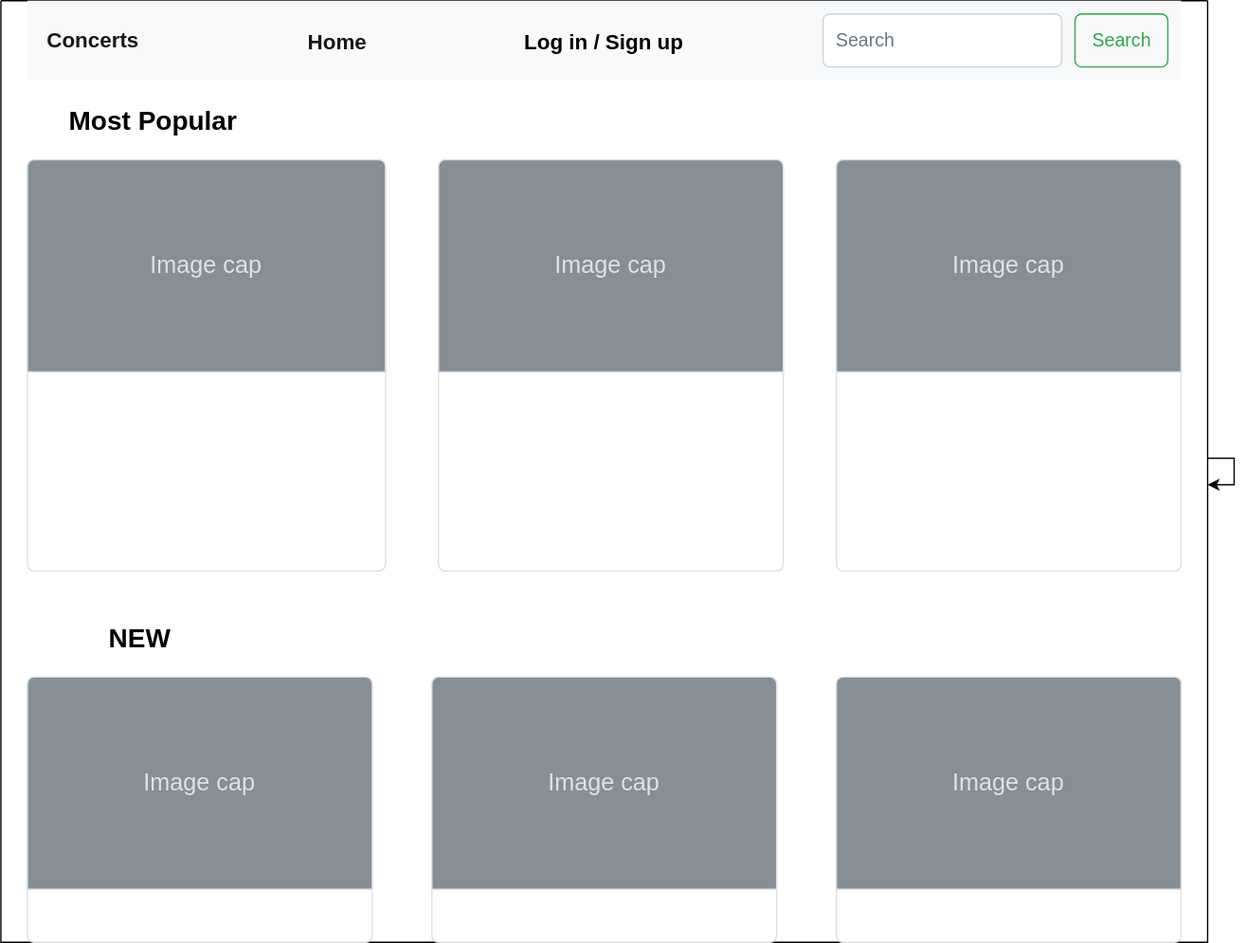
Before: .drawio.svg, a diagram exported from draw.io (Nostiia/Team5). Source tidied: cells renumbered, new cells last; positions are measured from the earlier drawing's top-left corner, leaving out a move shared by most shapes.
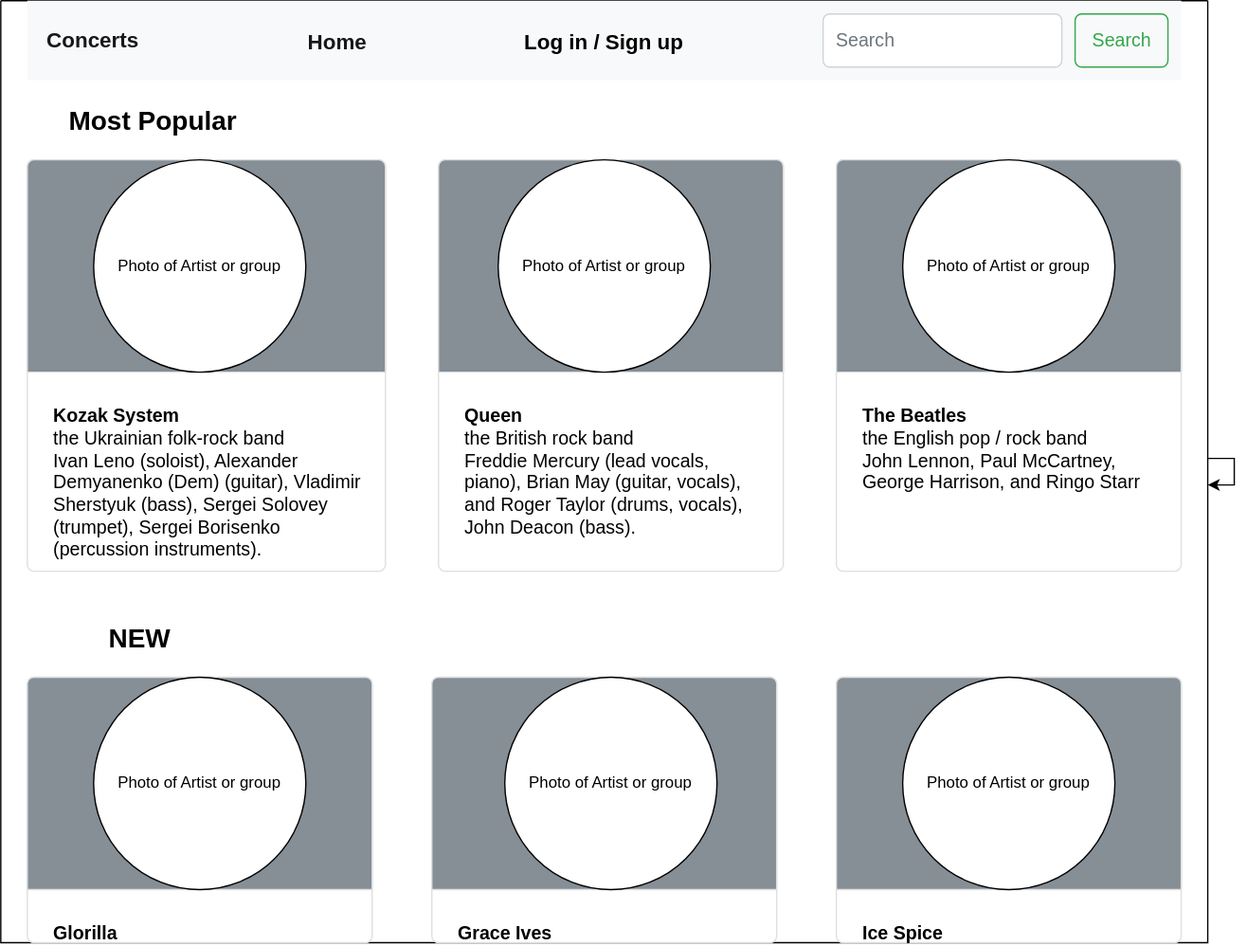
After the commit.

Change to the diagram source:
```diff
@@ -5,26 +5,35 @@
     <mxCell id="2" style="swimlane;startSize=0;" parent="1" vertex="1">
       <mxGeometry width="910" height="710" as="geometry" />
     </mxCell>
-    <mxCell id="3" style="html=1;shadow=0;dashed=0;shape=mxgraph.bootstrap.rrect;rSize=5;strokeColor=#DFDFDF;html=1;whiteSpace=wrap;fillColor=#ffffff;fontColor=#000000;verticalAlign=top;align=left;spacing=20;spacingBottom=0;fontSize=14;spacingTop=160;" parent="2" vertex="1">
+    <mxCell id="3" value="&lt;b&gt;Queen&lt;br&gt;&lt;/b&gt;the British&amp;nbsp;&lt;a style=&quot;text-decoration-line: none; background: none rgb(255, 255, 255); overflow-wrap: break-word; font-family: sans-serif;&quot; title=&quot;Rock music&quot; href=&quot;https://en.wikipedia.org/wiki/Rock_music&quot;&gt;&lt;font color=&quot;#030303&quot;&gt;rock&lt;/font&gt;&lt;/a&gt;&amp;nbsp;band&lt;br&gt;&lt;font color=&quot;#030303&quot;&gt;&lt;a style=&quot;text-decoration-line: none; background: none rgb(255, 255, 255); overflow-wrap: break-word; font-family: sans-serif;&quot; title=&quot;Freddie Mercury&quot; href=&quot;https://en.wikipedia.org/wiki/Freddie_Mercury&quot;&gt;&lt;font color=&quot;#030303&quot;&gt;Freddie Mercury&lt;/font&gt;&lt;/a&gt;&lt;span style=&quot;font-family: sans-serif; background-color: rgb(255, 255, 255);&quot;&gt;&amp;nbsp;(lead vocals, piano),&amp;nbsp;&lt;/span&gt;&lt;a style=&quot;text-decoration-line: none; background: none rgb(255, 255, 255); overflow-wrap: break-word; font-family: sans-serif;&quot; title=&quot;Brian May&quot; href=&quot;https://en.wikipedia.org/wiki/Brian_May&quot;&gt;&lt;font color=&quot;#030303&quot;&gt;Brian May&lt;/font&gt;&lt;/a&gt;&lt;span style=&quot;font-family: sans-serif; background-color: rgb(255, 255, 255);&quot;&gt;&amp;nbsp;(guitar, vocals), and&amp;nbsp;&lt;/span&gt;&lt;a style=&quot;text-decoration-line: none; background: none rgb(255, 255, 255); overflow-wrap: break-word; font-family: sans-serif;&quot; title=&quot;Roger Taylor (Queen drummer)&quot; href=&quot;https://en.wikipedia.org/wiki/Roger_Taylor_(Queen_drummer)&quot;&gt;&lt;font color=&quot;#030303&quot;&gt;Roger Taylor&lt;/font&gt;&lt;/a&gt;&lt;span style=&quot;font-family: sans-serif; background-color: rgb(255, 255, 255);&quot;&gt;&amp;nbsp;(drums, vocals), &lt;/span&gt;&lt;a style=&quot;text-decoration-line: none; background: none rgb(255, 255, 255); overflow-wrap: break-word; font-family: sans-serif;&quot; title=&quot;John Deacon&quot; href=&quot;https://en.wikipedia.org/wiki/John_Deacon&quot;&gt;&lt;font color=&quot;#030303&quot;&gt;John Deacon&lt;/font&gt;&lt;/a&gt;&lt;span style=&quot;font-family: sans-serif; background-color: rgb(255, 255, 255);&quot;&gt;&amp;nbsp;(bass).&lt;/span&gt;&lt;span style=&quot;font-family: sans-serif; background-color: rgb(255, 255, 255);&quot;&gt;&amp;nbsp;&amp;nbsp;&lt;/span&gt;&lt;/font&gt;&lt;b&gt;&lt;br&gt;&lt;/b&gt;" style="html=1;shadow=0;dashed=0;shape=mxgraph.bootstrap.rrect;rSize=5;strokeColor=#DFDFDF;html=1;whiteSpace=wrap;fillColor=#ffffff;fontColor=#000000;verticalAlign=top;align=left;spacing=20;spacingBottom=0;fontSize=14;spacingTop=160;" parent="2" vertex="1">
       <mxGeometry x="330" y="120" width="260" height="310" as="geometry" />
     </mxCell>
     <mxCell id="4" value="Image cap" style="html=1;shadow=0;dashed=0;shape=mxgraph.bootstrap.topButton;rSize=5;perimeter=none;whiteSpace=wrap;fillColor=#868E96;strokeColor=#DFDFDF;fontColor=#DEE2E6;fontSize=18;" parent="3" vertex="1">
       <mxGeometry width="260" height="160" relative="1" as="geometry" />
     </mxCell>
+    <mxCell id="23" value="Photo of Artist or group" style="ellipse;whiteSpace=wrap;html=1;" parent="3" vertex="1">
+      <mxGeometry x="45" width="160" height="160" as="geometry" />
+    </mxCell>
-    <mxCell id="5" style="html=1;shadow=0;dashed=0;shape=mxgraph.bootstrap.rrect;rSize=5;strokeColor=#DFDFDF;html=1;whiteSpace=wrap;fillColor=#ffffff;fontColor=#000000;verticalAlign=top;align=left;spacing=20;spacingBottom=0;fontSize=14;spacingTop=160;" parent="2" vertex="1">
+    <mxCell id="5" value="&lt;b&gt;Kozak System&lt;br&gt;&lt;/b&gt;the Ukrainian folk-rock band&lt;br&gt;Ivan Leno (soloist), Alexander Demyanenko (Dem) (guitar), Vladimir Sherstyuk (bass), Sergei Solovey (trumpet), Sergei Borisenko (percussion instruments).&lt;br&gt;&lt;b&gt;&lt;br&gt;&lt;/b&gt;" style="html=1;shadow=0;dashed=0;shape=mxgraph.bootstrap.rrect;rSize=5;strokeColor=#DFDFDF;html=1;whiteSpace=wrap;fillColor=#ffffff;fontColor=#000000;verticalAlign=top;align=left;spacing=20;spacingBottom=0;fontSize=14;spacingTop=160;" parent="2" vertex="1">
       <mxGeometry width="270" height="310" relative="1" as="geometry">
         <mxPoint x="20" y="120" as="offset" />
       </mxGeometry>
     </mxCell>
-    <mxCell id="6" value="Image cap" style="html=1;shadow=0;dashed=0;shape=mxgraph.bootstrap.topButton;rSize=5;perimeter=none;whiteSpace=wrap;fillColor=#868E96;strokeColor=#DFDFDF;fontColor=#DEE2E6;fontSize=18;" parent="5" vertex="1">
+    <mxCell id="6" style="html=1;shadow=0;dashed=0;shape=mxgraph.bootstrap.topButton;rSize=5;perimeter=none;whiteSpace=wrap;fillColor=#868E96;strokeColor=#DFDFDF;fontColor=#DEE2E6;fontSize=18;" parent="5" vertex="1">
       <mxGeometry width="270" height="160" relative="1" as="geometry" />
     </mxCell>
+    <mxCell id="24" value="Photo of Artist or group" style="ellipse;whiteSpace=wrap;html=1;" parent="5" vertex="1">
+      <mxGeometry x="50" width="160" height="160" as="geometry" />
+    </mxCell>
-    <mxCell id="7" style="html=1;shadow=0;dashed=0;shape=mxgraph.bootstrap.rrect;rSize=5;strokeColor=#DFDFDF;html=1;whiteSpace=wrap;fillColor=#ffffff;fontColor=#000000;verticalAlign=top;align=left;spacing=20;spacingBottom=0;fontSize=14;spacingTop=160;" parent="2" vertex="1">
+    <mxCell id="7" value="&lt;b&gt;The Beatles&lt;br&gt;&lt;/b&gt;the English pop / rock band&lt;br&gt;John Lennon, Paul McCartney, George Harrison, and Ringo Starr&lt;b&gt;&lt;br&gt;&lt;/b&gt;" style="html=1;shadow=0;dashed=0;shape=mxgraph.bootstrap.rrect;rSize=5;strokeColor=#DFDFDF;html=1;whiteSpace=wrap;fillColor=#ffffff;fontColor=#000000;verticalAlign=top;align=left;spacing=20;spacingBottom=0;fontSize=14;spacingTop=160;" parent="2" vertex="1">
       <mxGeometry x="630" y="120" width="260" height="310" as="geometry" />
     </mxCell>
     <mxCell id="8" value="Image cap" style="html=1;shadow=0;dashed=0;shape=mxgraph.bootstrap.topButton;rSize=5;perimeter=none;whiteSpace=wrap;fillColor=#868E96;strokeColor=#DFDFDF;fontColor=#DEE2E6;fontSize=18;" parent="7" vertex="1">
       <mxGeometry width="260" height="160" relative="1" as="geometry" />
     </mxCell>
+    <mxCell id="25" value="Photo of Artist or group" style="ellipse;whiteSpace=wrap;html=1;" parent="7" vertex="1">
+      <mxGeometry x="50" width="160" height="160" as="geometry" />
+    </mxCell>
     <mxCell id="9" value="&lt;b&gt;Concerts&lt;/b&gt;" style="html=1;shadow=0;dashed=0;fillColor=#F8F9FA;strokeColor=none;fontSize=16;fontColor=#181819;align=left;spacing=15;" parent="2" vertex="1">
       <mxGeometry x="20" width="870" height="60" as="geometry" />
     </mxCell>
@@ -51,24 +60,33 @@
     <mxCell id="14" value="&lt;font style=&quot;font-size: 20px;&quot;&gt;&lt;b&gt;Most Popular&lt;/b&gt;&lt;/font&gt;" style="rounded=0;whiteSpace=wrap;html=1;labelBorderColor=none;strokeColor=#ffffff;" parent="2" vertex="1">
       <mxGeometry x="30" y="70" width="170" height="40" as="geometry" />
     </mxCell>
-    <mxCell id="15" style="html=1;shadow=0;dashed=0;shape=mxgraph.bootstrap.rrect;rSize=5;strokeColor=#DFDFDF;html=1;whiteSpace=wrap;fillColor=#ffffff;fontColor=#000000;verticalAlign=top;align=left;spacing=20;spacingBottom=0;fontSize=14;spacingTop=160;" parent="2" vertex="1">
+    <mxCell id="15" value="&lt;b&gt;Glorilla&lt;/b&gt;" style="html=1;shadow=0;dashed=0;shape=mxgraph.bootstrap.rrect;rSize=5;strokeColor=#DFDFDF;html=1;whiteSpace=wrap;fillColor=#ffffff;fontColor=#000000;verticalAlign=top;align=left;spacing=20;spacingBottom=0;fontSize=14;spacingTop=160;" parent="2" vertex="1">
       <mxGeometry x="20" y="510" width="260" height="200" as="geometry" />
     </mxCell>
     <mxCell id="16" value="Image cap" style="html=1;shadow=0;dashed=0;shape=mxgraph.bootstrap.topButton;rSize=5;perimeter=none;whiteSpace=wrap;fillColor=#868E96;strokeColor=#DFDFDF;fontColor=#DEE2E6;fontSize=18;" parent="15" vertex="1">
       <mxGeometry width="260" height="160" relative="1" as="geometry" />
     </mxCell>
+    <mxCell id="26" value="Photo of Artist or group" style="ellipse;whiteSpace=wrap;html=1;" parent="15" vertex="1">
+      <mxGeometry x="50" width="160" height="160" as="geometry" />
+    </mxCell>
-    <mxCell id="17" style="html=1;shadow=0;dashed=0;shape=mxgraph.bootstrap.rrect;rSize=5;strokeColor=#DFDFDF;html=1;whiteSpace=wrap;fillColor=#ffffff;fontColor=#000000;verticalAlign=top;align=left;spacing=20;spacingBottom=0;fontSize=14;spacingTop=160;" parent="2" vertex="1">
+    <mxCell id="17" value="&lt;b&gt;Grace Ives&lt;/b&gt;" style="html=1;shadow=0;dashed=0;shape=mxgraph.bootstrap.rrect;rSize=5;strokeColor=#DFDFDF;html=1;whiteSpace=wrap;fillColor=#ffffff;fontColor=#000000;verticalAlign=top;align=left;spacing=20;spacingBottom=0;fontSize=14;spacingTop=160;" parent="2" vertex="1">
       <mxGeometry x="325" y="510" width="260" height="200" as="geometry" />
     </mxCell>
     <mxCell id="18" value="Image cap" style="html=1;shadow=0;dashed=0;shape=mxgraph.bootstrap.topButton;rSize=5;perimeter=none;whiteSpace=wrap;fillColor=#868E96;strokeColor=#DFDFDF;fontColor=#DEE2E6;fontSize=18;" parent="17" vertex="1">
       <mxGeometry width="260" height="160" relative="1" as="geometry" />
     </mxCell>
+    <mxCell id="27" value="Photo of Artist or group" style="ellipse;whiteSpace=wrap;html=1;" parent="17" vertex="1">
+      <mxGeometry x="55" width="160" height="160" as="geometry" />
+    </mxCell>
-    <mxCell id="19" style="html=1;shadow=0;dashed=0;shape=mxgraph.bootstrap.rrect;rSize=5;strokeColor=#DFDFDF;html=1;whiteSpace=wrap;fillColor=#ffffff;fontColor=#000000;verticalAlign=top;align=left;spacing=20;spacingBottom=0;fontSize=14;spacingTop=160;" parent="2" vertex="1">
+    <mxCell id="19" value="&lt;b&gt;Ice Spice&lt;/b&gt;" style="html=1;shadow=0;dashed=0;shape=mxgraph.bootstrap.rrect;rSize=5;strokeColor=#DFDFDF;html=1;whiteSpace=wrap;fillColor=#ffffff;fontColor=#000000;verticalAlign=top;align=left;spacing=20;spacingBottom=0;fontSize=14;spacingTop=160;" parent="2" vertex="1">
       <mxGeometry x="630" y="510" width="260" height="200" as="geometry" />
     </mxCell>
     <mxCell id="20" value="Image cap" style="html=1;shadow=0;dashed=0;shape=mxgraph.bootstrap.topButton;rSize=5;perimeter=none;whiteSpace=wrap;fillColor=#868E96;strokeColor=#DFDFDF;fontColor=#DEE2E6;fontSize=18;" parent="19" vertex="1">
       <mxGeometry width="260" height="160" relative="1" as="geometry" />
     </mxCell>
+    <mxCell id="28" value="Photo of Artist or group" style="ellipse;whiteSpace=wrap;html=1;" parent="19" vertex="1">
+      <mxGeometry x="50" width="160" height="160" as="geometry" />
+    </mxCell>
     <mxCell id="21" value="&lt;font style=&quot;font-size: 20px;&quot;&gt;&lt;b&gt;NEW&lt;/b&gt;&lt;/font&gt;" style="rounded=0;whiteSpace=wrap;html=1;labelBorderColor=none;strokeColor=#ffffff;" parent="2" vertex="1">
       <mxGeometry x="20" y="460" width="170" height="40" as="geometry" />
     </mxCell>
```
